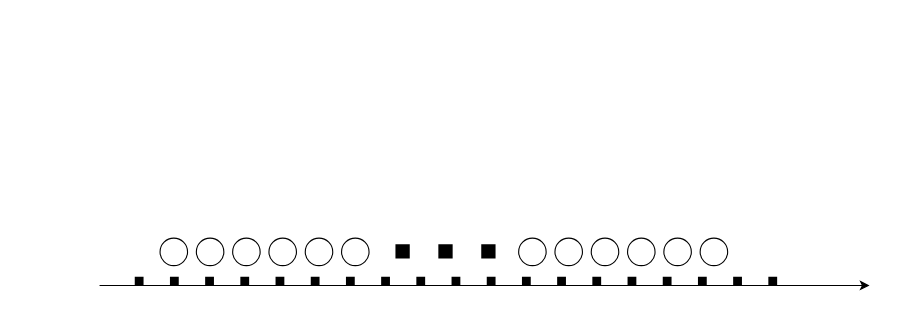
Earlier version of the draw.io diagram 326认知.drawio (LiLiJacky/graphData). Source tidied: cells renumbered, new cells numbered last; positions are measured from the earlier drawing's top-left corner, leaving out a move shared by most shapes. Both pictures are drawn from the tidied source at 110%, with x=0, y=0 at pixel (99, 238).
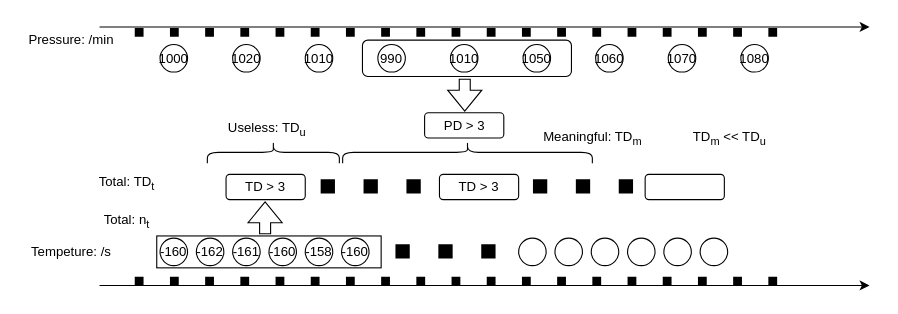
After the change.

What changed in the source:
```diff
@@
-    <mxCell id="4" style="ellipse;whiteSpace=wrap;html=1;" parent="1" vertex="1">
+    <mxCell id="4" value="-160" style="ellipse;whiteSpace=wrap;html=1;" parent="1" vertex="1">
       <mxGeometry x="55" width="25" height="25" as="geometry" />
     </mxCell>
-    <mxCell id="5" style="ellipse;whiteSpace=wrap;html=1;" parent="1" vertex="1">
+    <mxCell id="5" value="-162" style="ellipse;whiteSpace=wrap;html=1;" parent="1" vertex="1">
       <mxGeometry x="88" width="25" height="25" as="geometry" />
     </mxCell>
-    <mxCell id="6" style="ellipse;whiteSpace=wrap;html=1;" parent="1" vertex="1">
+    <mxCell id="6" value="-161" style="ellipse;whiteSpace=wrap;html=1;" parent="1" vertex="1">
       <mxGeometry x="121" width="25" height="25" as="geometry" />
     </mxCell>
-    <mxCell id="7" style="ellipse;whiteSpace=wrap;html=1;" parent="1" vertex="1">
+    <mxCell id="7" value="-160" style="ellipse;whiteSpace=wrap;html=1;" parent="1" vertex="1">
       <mxGeometry x="154" width="25" height="25" as="geometry" />
     </mxCell>
-    <mxCell id="8" style="ellipse;whiteSpace=wrap;html=1;" parent="1" vertex="1">
+    <mxCell id="8" value="-158" style="ellipse;whiteSpace=wrap;html=1;" parent="1" vertex="1">
       <mxGeometry x="187" width="25" height="25" as="geometry" />
     </mxCell>
-    <mxCell id="9" style="ellipse;whiteSpace=wrap;html=1;" parent="1" vertex="1">
+    <mxCell id="9" value="-160" style="ellipse;whiteSpace=wrap;html=1;" parent="1" vertex="1">
       <mxGeometry x="220" width="25" height="25" as="geometry" />
     </mxCell>
@@
+    <mxCell id="17" value="Tempeture: /s" style="text;html=1;align=center;verticalAlign=middle;whiteSpace=wrap;rounded=0;" parent="1" vertex="1">
+      <mxGeometry x="-73" y="-2.5" width="95" height="30" as="geometry" />
+    </mxCell>
+    <mxCell id="18" style="rounded=0;whiteSpace=wrap;html=1;fillColor=none;" parent="1" vertex="1">
+      <mxGeometry x="52" y="-2" width="204" height="29" as="geometry" />
+    </mxCell>
+    <mxCell id="19" value="TD &amp;gt; 3" style="rounded=1;whiteSpace=wrap;html=1;" parent="1" vertex="1">
+      <mxGeometry x="115" y="-58" width="72" height="23" as="geometry" />
+    </mxCell>
+    <mxCell id="20" style="shape=flexArrow;endArrow=classic;html=1;rounded=0;" parent="1" edge="1">
+      <mxGeometry relative="1" as="geometry">
+        <mxPoint x="150.5" y="-3.5" as="sourcePoint" />
+        <mxPoint x="150.5" y="-33.5" as="targetPoint" />
+      </mxGeometry>
+    </mxCell>
+    <mxCell id="21" style="endArrow=none;dashed=1;html=1;strokeWidth=13;rounded=0;dashPattern=1 2;" parent="1" edge="1">
+      <mxGeometry relative="1" as="geometry">
+        <mxPoint x="201" y="-47" as="sourcePoint" />
+        <mxPoint x="299" y="-47" as="targetPoint" />
+      </mxGeometry>
+    </mxCell>
+    <mxCell id="22" value="TD &amp;gt; 3" style="rounded=1;whiteSpace=wrap;html=1;" parent="1" vertex="1">
+      <mxGeometry x="309" y="-58" width="72" height="23" as="geometry" />
+    </mxCell>
+    <mxCell id="23" value="Total: n&lt;sub&gt;t&lt;/sub&gt;" style="text;html=1;align=center;verticalAlign=middle;whiteSpace=wrap;rounded=0;" parent="1" vertex="1">
+      <mxGeometry x="-5" y="-30" width="60" height="30" as="geometry" />
+    </mxCell>
+    <mxCell id="24" value="Total: TD&lt;sub&gt;t&lt;/sub&gt;" style="text;html=1;align=center;verticalAlign=middle;whiteSpace=wrap;rounded=0;" parent="1" vertex="1">
+      <mxGeometry x="-5" y="-65" width="60" height="30" as="geometry" />
+    </mxCell>
+    <mxCell id="25" style="rounded=1;whiteSpace=wrap;html=1;" parent="1" vertex="1">
+      <mxGeometry x="496" y="-58" width="72" height="23" as="geometry" />
+    </mxCell>
+    <mxCell id="26" style="endArrow=none;dashed=1;html=1;strokeWidth=13;rounded=0;dashPattern=1 2;" parent="1" edge="1">
+      <mxGeometry relative="1" as="geometry">
+        <mxPoint x="394" y="-47" as="sourcePoint" />
+        <mxPoint x="492" y="-47" as="targetPoint" />
+      </mxGeometry>
+    </mxCell>
+    <mxCell id="27" style="endArrow=classic;html=1;rounded=0;" parent="1" edge="1">
+      <mxGeometry relative="1" as="geometry">
+        <mxPoint y="-192" as="sourcePoint" />
+        <mxPoint x="700" y="-192" as="targetPoint" />
+      </mxGeometry>
+    </mxCell>
+    <mxCell id="28" style="endArrow=none;dashed=1;html=1;dashPattern=1 3;strokeWidth=8;rounded=0;" parent="1" edge="1">
+      <mxGeometry relative="1" as="geometry">
+        <mxPoint x="32" y="-187" as="sourcePoint" />
+        <mxPoint x="639" y="-187" as="targetPoint" />
+      </mxGeometry>
+    </mxCell>
+    <mxCell id="29" value="Pressure: /min" style="text;html=1;align=center;verticalAlign=middle;whiteSpace=wrap;rounded=0;" parent="1" vertex="1">
+      <mxGeometry x="-73" y="-195" width="95" height="30" as="geometry" />
+    </mxCell>
+    <mxCell id="30" value="1000" style="ellipse;whiteSpace=wrap;html=1;" parent="1" vertex="1">
+      <mxGeometry x="55" y="-176" width="25" height="25" as="geometry" />
+    </mxCell>
+    <mxCell id="31" value="1020" style="ellipse;whiteSpace=wrap;html=1;" parent="1" vertex="1">
+      <mxGeometry x="121" y="-176" width="25" height="25" as="geometry" />
+    </mxCell>
+    <mxCell id="32" value="1010" style="ellipse;whiteSpace=wrap;html=1;" parent="1" vertex="1">
+      <mxGeometry x="187" y="-176" width="25" height="25" as="geometry" />
+    </mxCell>
+    <mxCell id="33" value="990" style="ellipse;whiteSpace=wrap;html=1;" parent="1" vertex="1">
+      <mxGeometry x="253" y="-176" width="25" height="25" as="geometry" />
+    </mxCell>
+    <mxCell id="34" value="1010" style="ellipse;whiteSpace=wrap;html=1;" parent="1" vertex="1">
+      <mxGeometry x="319" y="-176" width="25" height="25" as="geometry" />
+    </mxCell>
+    <mxCell id="35" value="1050" style="ellipse;whiteSpace=wrap;html=1;" parent="1" vertex="1">
+      <mxGeometry x="385" y="-176" width="25" height="25" as="geometry" />
+    </mxCell>
+    <mxCell id="36" value="1060" style="ellipse;whiteSpace=wrap;html=1;" parent="1" vertex="1">
+      <mxGeometry x="451" y="-176" width="25" height="25" as="geometry" />
+    </mxCell>
+    <mxCell id="37" value="1070" style="ellipse;whiteSpace=wrap;html=1;" parent="1" vertex="1">
+      <mxGeometry x="517" y="-176" width="25" height="25" as="geometry" />
+    </mxCell>
+    <mxCell id="38" value="1080" style="ellipse;whiteSpace=wrap;html=1;" parent="1" vertex="1">
+      <mxGeometry x="583" y="-176" width="25" height="25" as="geometry" />
+    </mxCell>
+    <mxCell id="39" style="rounded=1;whiteSpace=wrap;html=1;fillColor=none;" parent="1" vertex="1">
+      <mxGeometry x="239" y="-180" width="190" height="33" as="geometry" />
+    </mxCell>
+    <mxCell id="40" value="PD &amp;gt; 3" style="rounded=1;whiteSpace=wrap;html=1;" parent="1" vertex="1">
+      <mxGeometry x="295.5" y="-114" width="72" height="23" as="geometry" />
+    </mxCell>
+    <mxCell id="41" style="shape=flexArrow;endArrow=classic;html=1;rounded=0;" parent="1" edge="1">
+      <mxGeometry relative="1" as="geometry">
+        <mxPoint x="332" y="-145" as="sourcePoint" />
+        <mxPoint x="332" y="-115" as="targetPoint" />
+      </mxGeometry>
+    </mxCell>
+    <mxCell id="42" style="shape=curlyBracket;whiteSpace=wrap;html=1;rounded=1;labelPosition=left;verticalLabelPosition=middle;align=right;verticalAlign=middle;rotation=90;" parent="1" vertex="1">
+      <mxGeometry x="324.5" y="-191.5" width="20" height="227" as="geometry" />
+    </mxCell>
+    <mxCell id="43" value="Meaningful: TD&lt;sub&gt;m&lt;/sub&gt;" style="text;html=1;align=center;verticalAlign=middle;whiteSpace=wrap;rounded=0;" parent="1" vertex="1">
+      <mxGeometry x="397" y="-106" width="103" height="30" as="geometry" />
+    </mxCell>
+    <mxCell id="44" value="Useless: TD&lt;sub&gt;u&lt;/sub&gt;" style="text;html=1;align=center;verticalAlign=middle;whiteSpace=wrap;rounded=0;" parent="1" vertex="1">
+      <mxGeometry x="99" y="-114" width="107" height="30" as="geometry" />
+    </mxCell>
+    <mxCell id="45" style="shape=curlyBracket;whiteSpace=wrap;html=1;rounded=1;labelPosition=left;verticalLabelPosition=middle;align=right;verticalAlign=middle;rotation=90;" parent="1" vertex="1">
+      <mxGeometry x="148" y="-138" width="20" height="120" as="geometry" />
+    </mxCell>
+    <mxCell id="46" value="TD&lt;sub&gt;m&lt;/sub&gt; &amp;lt;&amp;lt; TD&lt;sub&gt;u&lt;/sub&gt;" style="text;html=1;align=center;verticalAlign=middle;whiteSpace=wrap;rounded=0;" parent="1" vertex="1">
+      <mxGeometry x="508" y="-106" width="130" height="30" as="geometry" />
+    </mxCell>
```
